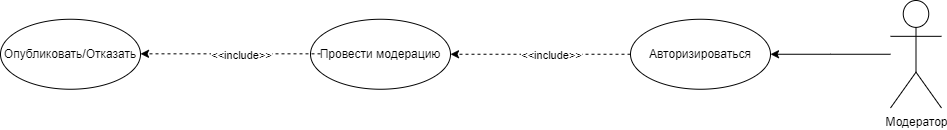
Before: diagrams/usecase_moder.png, a diagram exported from draw.io (SazonovAlexander/9.1-TikTalk). Source tidied: cells renumbered, new cells last; positions are measured from the earlier drawing's top-left corner, leaving out a move shared by most shapes.
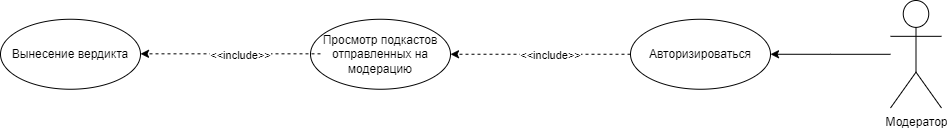
The same diagram one commit later.

The edit, as a diff of the source:
```diff
@@ -17,7 +17,7 @@
     <mxCell id="6" value="Авторизироваться" style="ellipse;whiteSpace=wrap;html=1;" parent="1" vertex="1">
       <mxGeometry x="630" y="18.8" width="140" height="70" as="geometry" />
     </mxCell>
-    <mxCell id="7" value="Провести модерацию" style="ellipse;whiteSpace=wrap;html=1;" parent="1" vertex="1">
+    <mxCell id="7" value="Просмотр подкастов отправленных на модерацию" style="ellipse;whiteSpace=wrap;html=1;" parent="1" vertex="1">
       <mxGeometry x="310" y="18.8" width="140" height="70" as="geometry" />
     </mxCell>
     <mxCell id="8" style="edgeStyle=orthogonalEdgeStyle;rounded=0;orthogonalLoop=1;jettySize=auto;html=1;dashed=1;" parent="1" edge="1">
@@ -29,7 +29,7 @@
     <mxCell id="9" value="&amp;lt;&amp;lt;include&amp;gt;&amp;gt;" style="edgeLabel;html=1;align=center;verticalAlign=middle;" parent="8" vertex="1">
       <mxGeometry x="-0.11" y="1" relative="1" as="geometry" />
     </mxCell>
-    <mxCell id="10" value="Опубликовать/Отказать" style="ellipse;whiteSpace=wrap;html=1;" parent="1" vertex="1">
+    <mxCell id="10" value="Вынесение вердикта" style="ellipse;whiteSpace=wrap;html=1;" parent="1" vertex="1">
       <mxGeometry y="18.8" width="140" height="70" as="geometry" />
     </mxCell>
   </root>
```
